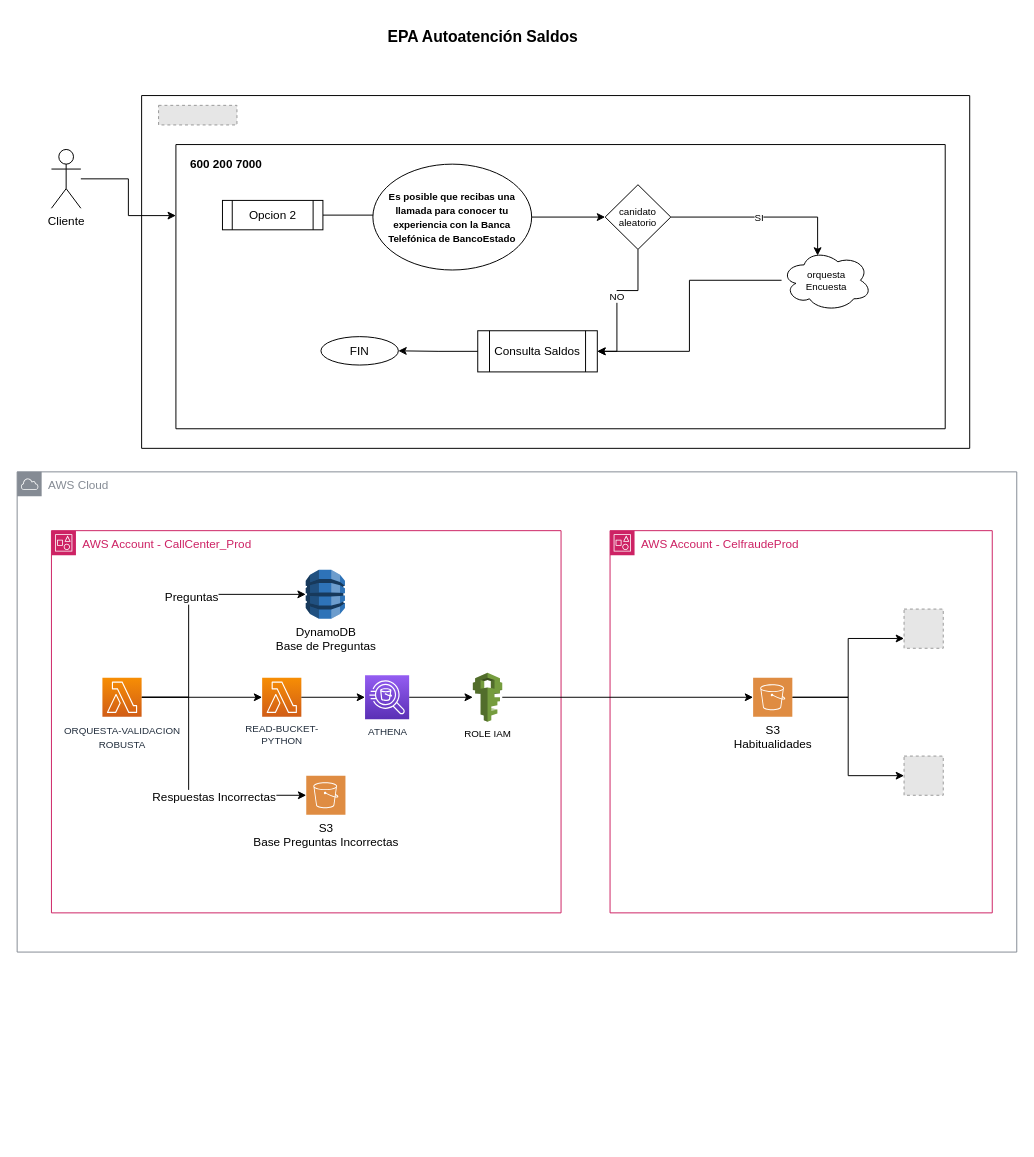
nonate/personalProject keeps this draw.io diagram as page "Athena" (1 of 2) of Copia de AWS Tombola.drawio. Above is the earlier version. Source tidied: cells renumbered, new cells numbered last; positions are measured from the earlier drawing's top-left corner, leaving out a move shared by most shapes. Both pictures are drawn from the tidied source at 98%, with x=0, y=0 at pixel (17, 17). Pictures stored in the file or linked from it are replaced by grey dashed boxes.
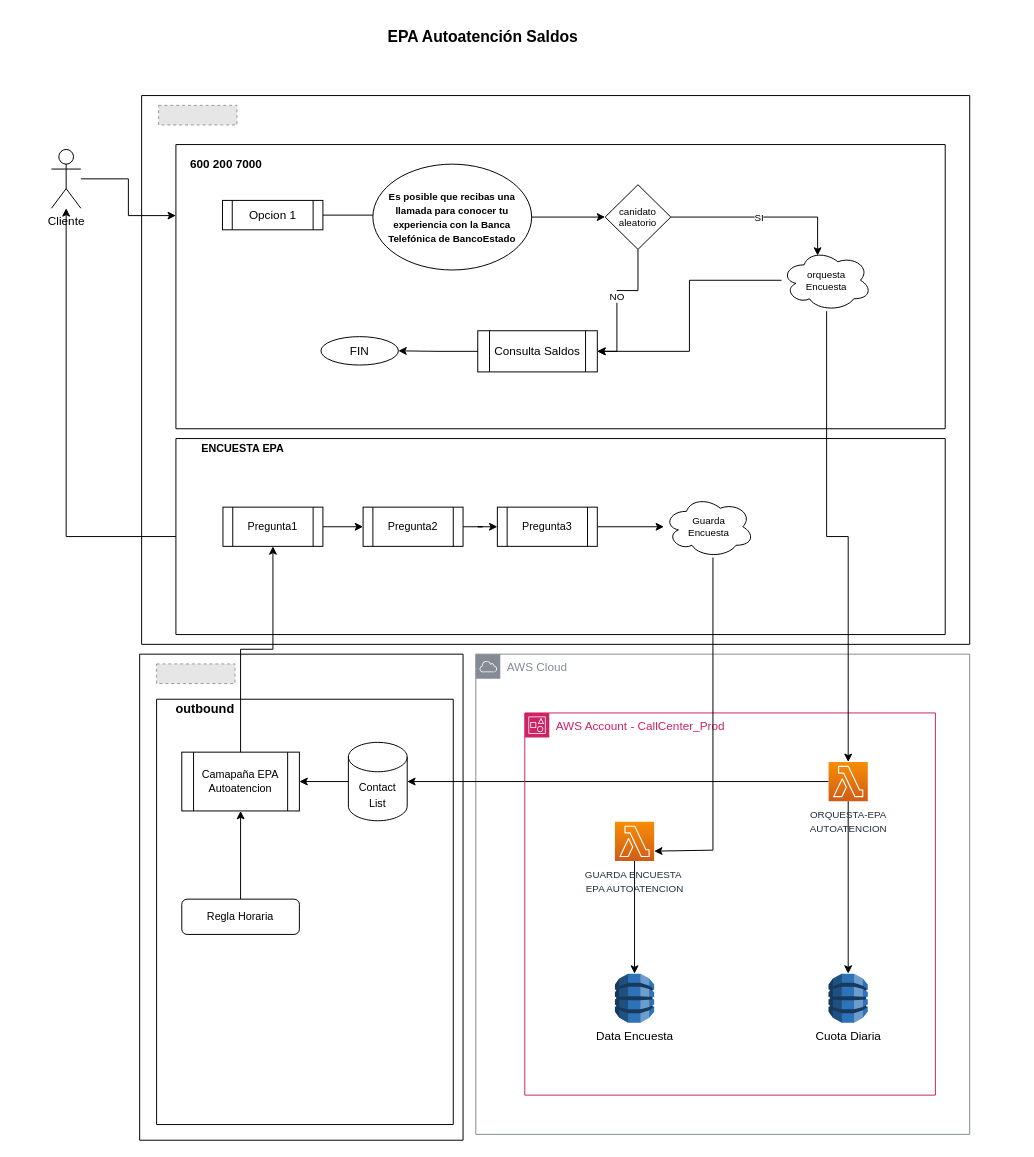
After the change.

Unchanged cells that the change refers to:
```xml
<mxCell id="26" style="swimlane;startSize=0;fontSize=10;" parent="24" vertex="1">
  <mxGeometry x="35" y="50" width="785" height="290" as="geometry" />
</mxCell>
<mxCell id="39" value="orquesta&lt;br&gt;Encuesta" style="ellipse;shape=cloud;whiteSpace=wrap;html=1;fontSize=10;" parent="26" vertex="1">
  <mxGeometry x="618" y="107" width="92" height="63" as="geometry" />
</mxCell>
<mxCell id="41" value="Cliente" style="shape=umlActor;verticalLabelPosition=bottom;verticalAlign=top;html=1;outlineConnect=0;fontSize=12;" parent="1" vertex="1">
  <mxGeometry x="35" y="135" width="30" height="60" as="geometry" />
</mxCell>
```

The edit, as a diff of the source:
```diff
@@
     <mxCell id="2" value="AWS Cloud" style="sketch=0;gradientColor=none;html=1;whiteSpace=wrap;fontSize=12;fontStyle=0;shape=mxgraph.aws4.group;grIcon=mxgraph.aws4.group_aws_cloud;strokeColor=#858B94;fillColor=none;verticalAlign=top;align=left;spacingLeft=30;fontColor=#858B94;dashed=0;" parent="1" vertex="1">
-      <mxGeometry y="464" width="1020" height="490" as="geometry" />
+      <mxGeometry x="468" y="650" width="504" height="490" as="geometry" />
     </mxCell>
-    <mxCell id="3" style="edgeStyle=orthogonalEdgeStyle;rounded=0;jettySize=auto;html=1;entryX=0;entryY=0.5;entryDx=0;entryDy=0;entryPerimeter=0;" parent="1" edge="1" source="8" target="10">
-      <mxGeometry relative="1" as="geometry">
-        <Array as="points">
-          <mxPoint x="175" y="694" />
-          <mxPoint x="175" y="589" />
-        </Array>
-      </mxGeometry>
+    <mxCell id="3" style="edgeStyle=orthogonalEdgeStyle;rounded=0;jettySize=auto;html=1;fontSize=10;" parent="1" edge="1" source="8" target="10">
+      <mxGeometry relative="1" as="geometry" />
     </mxCell>
-    <mxCell id="4" value="Preguntas" style="edgeLabel;html=1;align=center;verticalAlign=middle;fontSize=12;" parent="3" vertex="1">
-      <mxGeometry x="0.14" y="-2" relative="1" as="geometry" />
-    </mxCell>
-    <mxCell id="5" style="edgeStyle=orthogonalEdgeStyle;rounded=0;jettySize=auto;html=1;" parent="1" edge="1" source="8" target="11">
-      <mxGeometry relative="1" as="geometry">
-        <Array as="points">
-          <mxPoint x="175" y="694" />
-          <mxPoint x="175" y="794" />
-        </Array>
-      </mxGeometry>
-    </mxCell>
-    <mxCell id="6" value="Respuestas Incorrectas" style="edgeLabel;html=1;align=center;verticalAlign=middle;fontSize=12;" parent="5" vertex="1">
-      <mxGeometry x="0.29" y="-1" relative="1" as="geometry" />
-    </mxCell>
-    <mxCell id="7" style="edgeStyle=orthogonalEdgeStyle;rounded=0;jettySize=auto;html=1;entryX=0;entryY=0.5;entryDx=0;entryDy=0;entryPerimeter=0;fontSize=10;" parent="1" edge="1" source="8" target="12">
-      <mxGeometry relative="1" as="geometry" />
-    </mxCell>
+    <mxCell id="45" style="edgeStyle=orthogonalEdgeStyle;rounded=0;jettySize=auto;html=1;entryX=1;entryY=0.5;entryDx=0;entryDy=0;entryPerimeter=0;fontSize=11;" parent="1" edge="1" source="8" target="60">
+      <mxGeometry relative="1" as="geometry" />
+    </mxCell>
-    <mxCell id="8" value="&lt;font style=&quot;font-size: 10px;&quot;&gt;ORQUESTA-VALIDACION&lt;br&gt;ROBUSTA&lt;/font&gt;" style="sketch=0;points=[[0,0,0],[0.25,0,0],[0.5,0,0],[0.75,0,0],[1,0,0],[0,1,0],[0.25,1,0],[0.5,1,0],[0.75,1,0],[1,1,0],[0,0.25,0],[0,0.5,0],[0,0.75,0],[1,0.25,0],[1,0.5,0],[1,0.75,0]];outlineConnect=0;fontColor=#232F3E;gradientColor=#F78E04;gradientDirection=north;fillColor=#D05C17;strokeColor=#ffffff;dashed=0;verticalLabelPosition=bottom;verticalAlign=top;align=center;html=1;fontSize=12;fontStyle=0;shape=mxgraph.aws4.resourceIcon;resIcon=mxgraph.aws4.lambda;" parent="1" vertex="1">
-      <mxGeometry x="87" y="674" width="40" height="40" as="geometry" />
+    <mxCell id="8" value="&lt;font style=&quot;font-size: 10px;&quot;&gt;ORQUESTA-EPA &lt;br&gt;AUTOATENCION&lt;br&gt;&lt;/font&gt;" style="sketch=0;points=[[0,0,0],[0.25,0,0],[0.5,0,0],[0.75,0,0],[1,0,0],[0,1,0],[0.25,1,0],[0.5,1,0],[0.75,1,0],[1,1,0],[0,0.25,0],[0,0.5,0],[0,0.75,0],[1,0.25,0],[1,0.5,0],[1,0.75,0]];outlineConnect=0;fontColor=#232F3E;gradientColor=#F78E04;gradientDirection=north;fillColor=#D05C17;strokeColor=#ffffff;dashed=0;verticalLabelPosition=bottom;verticalAlign=top;align=center;html=1;fontSize=12;fontStyle=0;shape=mxgraph.aws4.resourceIcon;resIcon=mxgraph.aws4.lambda;" parent="1" vertex="1">
+      <mxGeometry x="828" y="760" width="40" height="40" as="geometry" />
     </mxCell>
     <mxCell id="9" value="AWS Account - CallCenter_Prod" style="gradientColor=none;html=1;whiteSpace=wrap;fontSize=12;fontStyle=0;shape=mxgraph.aws4.group;grIcon=mxgraph.aws4.group_account;strokeColor=#CD2264;fillColor=none;verticalAlign=top;align=left;spacingLeft=30;fontColor=#CD2264;dashed=0;" parent="1" vertex="1">
-      <mxGeometry x="35" y="524" width="520" height="390" as="geometry" />
+      <mxGeometry x="518" y="710" width="419" height="390" as="geometry" />
     </mxCell>
-    <mxCell id="10" value="DynamoDB&lt;br&gt;Base de Preguntas" style="outlineConnect=0;dashed=0;verticalLabelPosition=bottom;verticalAlign=top;align=center;html=1;shape=mxgraph.aws3.dynamo_db;fillColor=#2E73B8;gradientColor=none;" parent="9" vertex="1">
-      <mxGeometry x="259.5" y="40" width="40" height="50" as="geometry" />
+    <mxCell id="10" value="Cuota Diaria" style="outlineConnect=0;dashed=0;verticalLabelPosition=bottom;verticalAlign=top;align=center;html=1;shape=mxgraph.aws3.dynamo_db;fillColor=#2E73B8;gradientColor=none;" parent="9" vertex="1">
+      <mxGeometry x="310" y="266" width="40" height="50" as="geometry" />
     </mxCell>
-    <mxCell id="11" value="S3&lt;br&gt;Base Preguntas Incorrectas" style="sketch=0;shadow=0;dashed=0;html=1;strokeColor=none;fillColor=#DF8C42;labelPosition=center;verticalLabelPosition=bottom;verticalAlign=top;align=center;outlineConnect=0;shape=mxgraph.veeam2.aws_s3;" parent="9" vertex="1">
-      <mxGeometry x="260" y="250" width="40" height="40" as="geometry" />
-    </mxCell>
-    <mxCell id="12" value="READ-BUCKET-&lt;br style=&quot;font-size: 10px;&quot;&gt;PYTHON&lt;br style=&quot;font-size: 10px;&quot;&gt;" style="sketch=0;points=[[0,0,0],[0.25,0,0],[0.5,0,0],[0.75,0,0],[1,0,0],[0,1,0],[0.25,1,0],[0.5,1,0],[0.75,1,0],[1,1,0],[0,0.25,0],[0,0.5,0],[0,0.75,0],[1,0.25,0],[1,0.5,0],[1,0.75,0]];outlineConnect=0;fontColor=#232F3E;gradientColor=#F78E04;gradientDirection=north;fillColor=#D05C17;strokeColor=#ffffff;dashed=0;verticalLabelPosition=bottom;verticalAlign=top;align=center;html=1;fontSize=10;fontStyle=0;shape=mxgraph.aws4.resourceIcon;resIcon=mxgraph.aws4.lambda;" parent="9" vertex="1">
-      <mxGeometry x="215" y="150" width="40" height="40" as="geometry" />
-    </mxCell>
-    <mxCell id="13" value="ROLE IAM" style="outlineConnect=0;dashed=0;verticalLabelPosition=bottom;verticalAlign=top;align=center;html=1;shape=mxgraph.aws3.iam;fillColor=#759C3E;gradientColor=none;fontSize=10;" parent="9" vertex="1">
-      <mxGeometry x="430" y="145" width="30" height="50" as="geometry" />
-    </mxCell>
-    <mxCell id="14" style="edgeStyle=orthogonalEdgeStyle;rounded=0;jettySize=auto;html=1;fontSize=10;" parent="9" edge="1" source="15" target="13">
-      <mxGeometry relative="1" as="geometry" />
-    </mxCell>
-    <mxCell id="15" value="ATHENA" style="sketch=0;points=[[0,0,0],[0.25,0,0],[0.5,0,0],[0.75,0,0],[1,0,0],[0,1,0],[0.25,1,0],[0.5,1,0],[0.75,1,0],[1,1,0],[0,0.25,0],[0,0.5,0],[0,0.75,0],[1,0.25,0],[1,0.5,0],[1,0.75,0]];outlineConnect=0;fontColor=#232F3E;gradientColor=#945DF2;gradientDirection=north;fillColor=#5A30B5;strokeColor=#ffffff;dashed=0;verticalLabelPosition=bottom;verticalAlign=top;align=center;html=1;fontSize=10;fontStyle=0;shape=mxgraph.aws4.resourceIcon;resIcon=mxgraph.aws4.athena;" parent="9" vertex="1">
-      <mxGeometry x="320" y="147.5" width="45" height="45" as="geometry" />
-    </mxCell>
-    <mxCell id="16" style="edgeStyle=orthogonalEdgeStyle;rounded=0;jettySize=auto;html=1;fontSize=10;" parent="9" edge="1" source="12" target="15">
-      <mxGeometry relative="1" as="geometry" />
-    </mxCell>
-    <mxCell id="17" value="AWS Account - CelfraudeProd&amp;nbsp;" style="gradientColor=none;html=1;whiteSpace=wrap;fontSize=12;fontStyle=0;shape=mxgraph.aws4.group;grIcon=mxgraph.aws4.group_account;strokeColor=#CD2264;fillColor=none;verticalAlign=top;align=left;spacingLeft=30;fontColor=#CD2264;dashed=0;" parent="1" vertex="1">
-      <mxGeometry x="605" y="524" width="390" height="390" as="geometry" />
-    </mxCell>
-    <mxCell id="18" style="fillColor=#E6E6E6;strokeColor=#999999;dashed=1;html=1;verticalAlign=top;verticalLabelPosition=bottom;labelBackgroundColor=#ffffff;fontSize=10;" parent="17" vertex="1">
-      <mxGeometry x="300" y="230" width="40" height="40" as="geometry" />
-    </mxCell>
-    <mxCell id="19" style="edgeStyle=orthogonalEdgeStyle;rounded=0;jettySize=auto;html=1;entryX=0;entryY=0.75;entryDx=0;entryDy=0;fontSize=10;" parent="1" edge="1" source="21" target="22">
-      <mxGeometry relative="1" as="geometry" />
-    </mxCell>
-    <mxCell id="20" style="edgeStyle=orthogonalEdgeStyle;rounded=0;jettySize=auto;html=1;entryX=0;entryY=0.5;entryDx=0;entryDy=0;fontSize=10;" parent="1" edge="1" source="21" target="18">
-      <mxGeometry relative="1" as="geometry" />
-    </mxCell>
-    <mxCell id="21" value="S3&lt;br&gt;Habitualidades" style="sketch=0;shadow=0;dashed=0;html=1;strokeColor=none;fillColor=#DF8C42;labelPosition=center;verticalLabelPosition=bottom;verticalAlign=top;align=center;outlineConnect=0;shape=mxgraph.veeam2.aws_s3;" parent="1" vertex="1">
-      <mxGeometry x="751" y="674" width="40" height="40" as="geometry" />
-    </mxCell>
-    <mxCell id="22" style="fillColor=#E6E6E6;strokeColor=#999999;dashed=1;html=1;verticalAlign=top;verticalLabelPosition=bottom;labelBackgroundColor=#ffffff;fontSize=10;" parent="1" vertex="1">
-      <mxGeometry x="905" y="604" width="40" height="40" as="geometry" />
-    </mxCell>
-    <mxCell id="23" style="edgeStyle=orthogonalEdgeStyle;rounded=0;jettySize=auto;html=1;fontSize=10;" parent="1" edge="1" source="13" target="21">
-      <mxGeometry relative="1" as="geometry" />
-    </mxCell>
+    <mxCell id="46" value="Data Encuesta" style="outlineConnect=0;dashed=0;verticalLabelPosition=bottom;verticalAlign=top;align=center;html=1;shape=mxgraph.aws3.dynamo_db;fillColor=#2E73B8;gradientColor=none;" parent="9" vertex="1">
+      <mxGeometry x="92" y="266" width="40" height="50" as="geometry" />
+    </mxCell>
     <mxCell id="24" style="swimlane;startSize=0;fontSize=10;" parent="1" vertex="1">
-      <mxGeometry x="127" y="80" width="845" height="360" as="geometry" />
+      <mxGeometry x="127" y="80" width="845" height="560" as="geometry" />
     </mxCell>
@@
-    <mxCell id="29" value="Opcion 2" style="shape=process;whiteSpace=wrap;html=1;backgroundOutline=1;fontSize=12;" parent="26" vertex="1">
+    <mxCell id="29" value="Opcion 1" style="shape=process;whiteSpace=wrap;html=1;backgroundOutline=1;fontSize=12;" parent="26" vertex="1">
       <mxGeometry x="47.5" y="57" width="102.5" height="30" as="geometry" />
     </mxCell>
@@
+    <mxCell id="47" style="swimlane;startSize=0;fontSize=11;" parent="24" vertex="1">
+      <mxGeometry x="35" y="350" width="785" height="200" as="geometry" />
+    </mxCell>
+    <mxCell id="48" style="edgeStyle=orthogonalEdgeStyle;rounded=0;jettySize=auto;html=1;fontSize=11;" parent="47" edge="1" source="49" target="51">
+      <mxGeometry relative="1" as="geometry" />
+    </mxCell>
+    <mxCell id="49" value="Pregunta1" style="shape=process;whiteSpace=wrap;html=1;backgroundOutline=1;fontSize=11;" parent="47" vertex="1">
+      <mxGeometry x="48" y="70" width="102" height="40" as="geometry" />
+    </mxCell>
+    <mxCell id="50" style="edgeStyle=orthogonalEdgeStyle;rounded=0;jettySize=auto;html=1;fontSize=11;" parent="47" edge="1" source="51" target="53">
+      <mxGeometry relative="1" as="geometry" />
+    </mxCell>
+    <mxCell id="51" value="Pregunta2" style="shape=process;whiteSpace=wrap;html=1;backgroundOutline=1;fontSize=11;" parent="47" vertex="1">
+      <mxGeometry x="191" y="70" width="102" height="40" as="geometry" />
+    </mxCell>
+    <mxCell id="52" style="edgeStyle=orthogonalEdgeStyle;rounded=0;jettySize=auto;html=1;fontSize=11;" parent="47" edge="1" source="53" target="54">
+      <mxGeometry relative="1" as="geometry" />
+    </mxCell>
+    <mxCell id="53" value="Pregunta3" style="shape=process;whiteSpace=wrap;html=1;backgroundOutline=1;fontSize=11;" parent="47" vertex="1">
+      <mxGeometry x="328" y="70" width="102" height="40" as="geometry" />
+    </mxCell>
+    <mxCell id="54" value="Guarda&lt;br&gt;Encuesta" style="ellipse;shape=cloud;whiteSpace=wrap;html=1;fontSize=10;" parent="47" vertex="1">
+      <mxGeometry x="498" y="58.5" width="92" height="63" as="geometry" />
+    </mxCell>
@@
+    <mxCell id="55" style="edgeStyle=orthogonalEdgeStyle;rounded=0;jettySize=auto;html=1;fontSize=10;" parent="1" edge="1" source="39" target="8">
+      <mxGeometry relative="1" as="geometry" />
+    </mxCell>
+    <mxCell id="56" style="swimlane;startSize=0;fontSize=10;" parent="1" vertex="1">
+      <mxGeometry x="125" y="650" width="330" height="496" as="geometry" />
+    </mxCell>
+    <mxCell id="57" style="fillColor=#E6E6E6;strokeColor=#999999;dashed=1;verticalLabelPosition=bottom;labelBackgroundColor=default;verticalAlign=top;" parent="56" vertex="1">
+      <mxGeometry x="17.3" y="10" width="80" height="20" as="geometry" />
+    </mxCell>
+    <mxCell id="58" style="swimlane;startSize=0;fontSize=10;" parent="56" vertex="1">
+      <mxGeometry x="17.3" y="46" width="302.7" height="434" as="geometry" />
+    </mxCell>
+    <mxCell id="59" style="edgeStyle=orthogonalEdgeStyle;rounded=0;jettySize=auto;html=1;entryX=1;entryY=0.5;entryDx=0;entryDy=0;fontSize=11;" parent="58" edge="1" source="60" target="61">
+      <mxGeometry relative="1" as="geometry" />
+    </mxCell>
+    <mxCell id="60" value="&lt;font style=&quot;font-size: 11px;&quot;&gt;Contact&lt;br&gt;List&lt;/font&gt;" style="shape=cylinder3;whiteSpace=wrap;html=1;boundedLbl=1;backgroundOutline=1;size=15;fontSize=13;" parent="58" vertex="1">
+      <mxGeometry x="195.7" y="44" width="60" height="80" as="geometry" />
+    </mxCell>
+    <mxCell id="61" value="Camapaña EPA&lt;br&gt;Autoatencion" style="shape=process;whiteSpace=wrap;html=1;backgroundOutline=1;fontSize=11;" parent="58" vertex="1">
+      <mxGeometry x="25.7" y="54" width="120" height="60" as="geometry" />
+    </mxCell>
+    <mxCell id="62" style="edgeStyle=orthogonalEdgeStyle;rounded=0;jettySize=auto;html=1;fontSize=11;" parent="58" edge="1" source="63" target="61">
+      <mxGeometry relative="1" as="geometry" />
+    </mxCell>
+    <mxCell id="63" value="Regla Horaria" style="rounded=1;whiteSpace=wrap;html=1;fontSize=11;" parent="58" vertex="1">
+      <mxGeometry x="25.7" y="204" width="120" height="36" as="geometry" />
+    </mxCell>
+    <mxCell id="64" value="&lt;font style=&quot;font-size: 13px;&quot;&gt;&amp;nbsp; &amp;nbsp; &amp;nbsp; &amp;nbsp; &amp;nbsp; &amp;nbsp; &amp;nbsp;&lt;b&gt;outbound&lt;/b&gt;&lt;/font&gt;" style="text;html=1;align=center;verticalAlign=middle;strokeColor=none;fillColor=none;fontSize=10;" parent="1" vertex="1">
+      <mxGeometry x="103" y="691" width="130" height="30" as="geometry" />
+    </mxCell>
+    <mxCell id="65" value="&lt;b&gt;ENCUESTA EPA&lt;/b&gt;" style="text;html=1;align=center;verticalAlign=middle;strokeColor=none;fillColor=none;fontSize=11;" parent="1" vertex="1">
+      <mxGeometry x="175" y="425" width="110" height="30" as="geometry" />
+    </mxCell>
+    <mxCell id="66" style="edgeStyle=orthogonalEdgeStyle;rounded=0;jettySize=auto;html=1;fontSize=11;" parent="1" edge="1" source="47" target="41">
+      <mxGeometry relative="1" as="geometry" />
+    </mxCell>
+    <mxCell id="67" style="edgeStyle=orthogonalEdgeStyle;rounded=0;jettySize=auto;html=1;entryX=0.5;entryY=0;entryDx=0;entryDy=0;entryPerimeter=0;fontSize=11;" parent="1" edge="1" source="68" target="46">
+      <mxGeometry relative="1" as="geometry" />
+    </mxCell>
+    <mxCell id="68" value="&lt;font style=&quot;font-size: 10px;&quot;&gt;GUARDA ENCUESTA&amp;nbsp;&lt;br&gt;EPA AUTOATENCION&lt;br&gt;&lt;/font&gt;" style="sketch=0;points=[[0,0,0],[0.25,0,0],[0.5,0,0],[0.75,0,0],[1,0,0],[0,1,0],[0.25,1,0],[0.5,1,0],[0.75,1,0],[1,1,0],[0,0.25,0],[0,0.5,0],[0,0.75,0],[1,0.25,0],[1,0.5,0],[1,0.75,0]];outlineConnect=0;fontColor=#232F3E;gradientColor=#F78E04;gradientDirection=north;fillColor=#D05C17;strokeColor=#ffffff;dashed=0;verticalLabelPosition=bottom;verticalAlign=top;align=center;html=1;fontSize=12;fontStyle=0;shape=mxgraph.aws4.resourceIcon;resIcon=mxgraph.aws4.lambda;" parent="1" vertex="1">
+      <mxGeometry x="610" y="821" width="40" height="40" as="geometry" />
+    </mxCell>
+    <mxCell id="69" style="edgeStyle=orthogonalEdgeStyle;rounded=0;jettySize=auto;html=1;fontSize=11;entryX=1;entryY=0.75;entryDx=0;entryDy=0;entryPerimeter=0;" parent="1" edge="1" source="54" target="68">
+      <mxGeometry relative="1" as="geometry">
+        <Array as="points">
+          <mxPoint x="710" y="850" />
+        </Array>
+      </mxGeometry>
+    </mxCell>
+    <mxCell id="70" style="edgeStyle=orthogonalEdgeStyle;rounded=0;jettySize=auto;html=1;fontSize=11;" parent="1" edge="1" source="61" target="49">
+      <mxGeometry relative="1" as="geometry" />
+    </mxCell>
```
